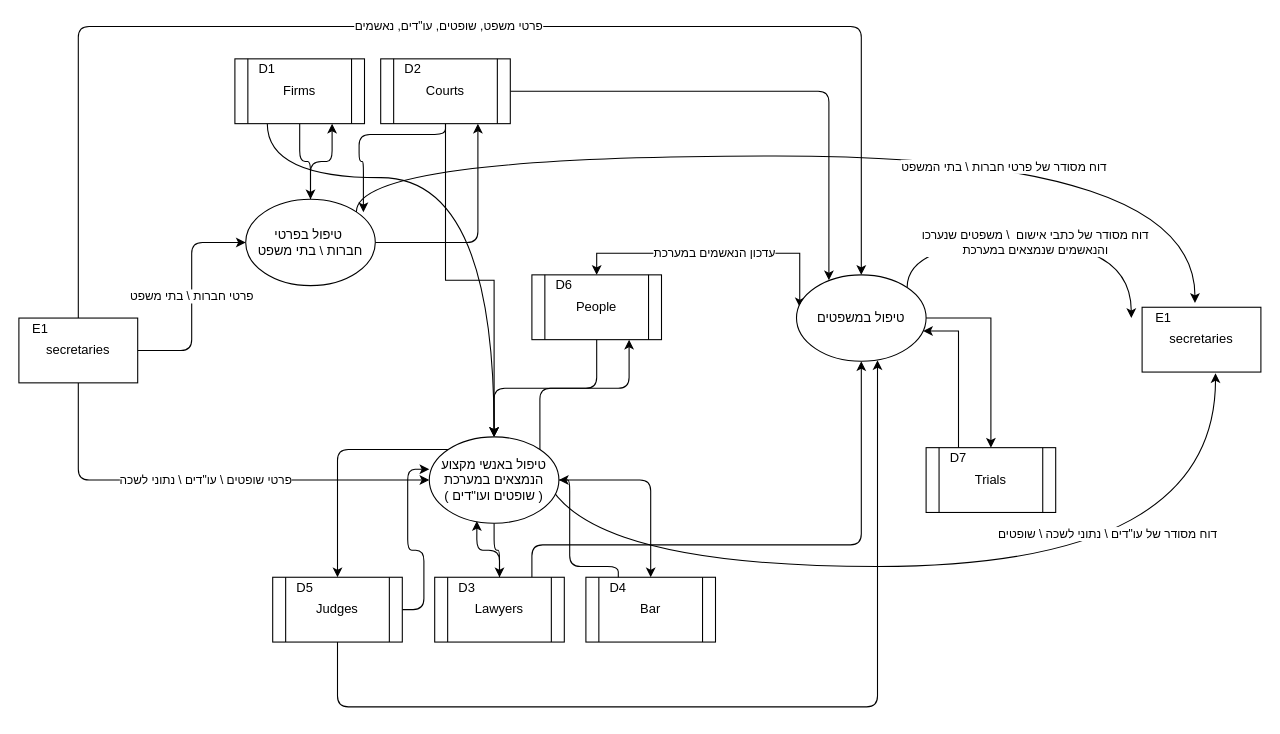
Before: DFD0.drawio in romhayh/law-and-order, a draw.io diagram. Source tidied: cells renumbered, new cells numbered last; positions are measured from the earlier drawing's top-left corner, leaving out a move shared by most shapes. Both pictures are drawn from the tidied source at 108%, with x=0, y=0 at pixel (18, 26).
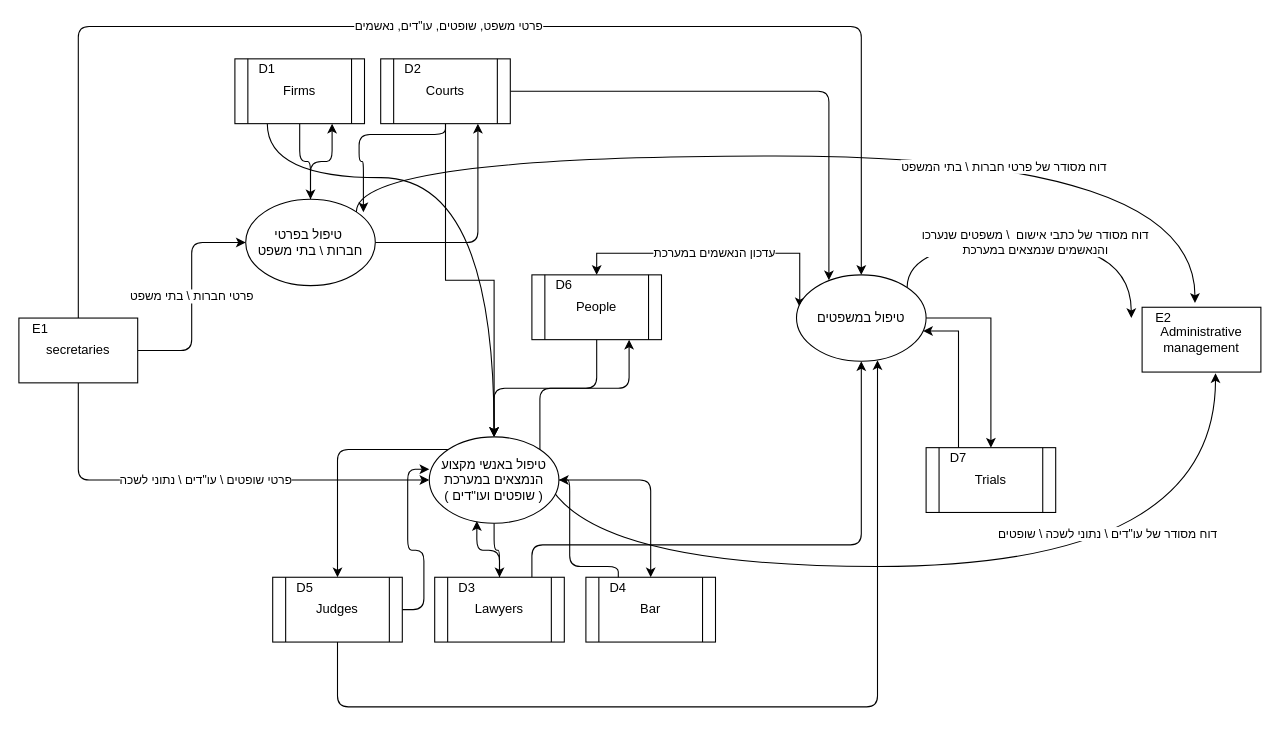
The same page after the edit.

The edit, as a diff of the source:
```diff
@@
-    <mxCell id="7" value="secretaries" style="whiteSpace=wrap;html=1;" parent="1" vertex="1">
+    <mxCell id="7" value="Administrative&lt;br&gt;management" style="whiteSpace=wrap;html=1;" parent="1" vertex="1">
       <mxGeometry x="1040" y="260" width="110" height="60" as="geometry" />
     </mxCell>
-    <mxCell id="8" value="E1" style="text;html=1;strokeColor=none;fillColor=none;align=center;verticalAlign=middle;whiteSpace=wrap;" parent="1" vertex="1">
+    <mxCell id="8" value="E2" style="text;html=1;strokeColor=none;fillColor=none;align=center;verticalAlign=middle;whiteSpace=wrap;" parent="1" vertex="1">
       <mxGeometry x="1040" y="260" width="40" height="20" as="geometry" />
     </mxCell>
```
